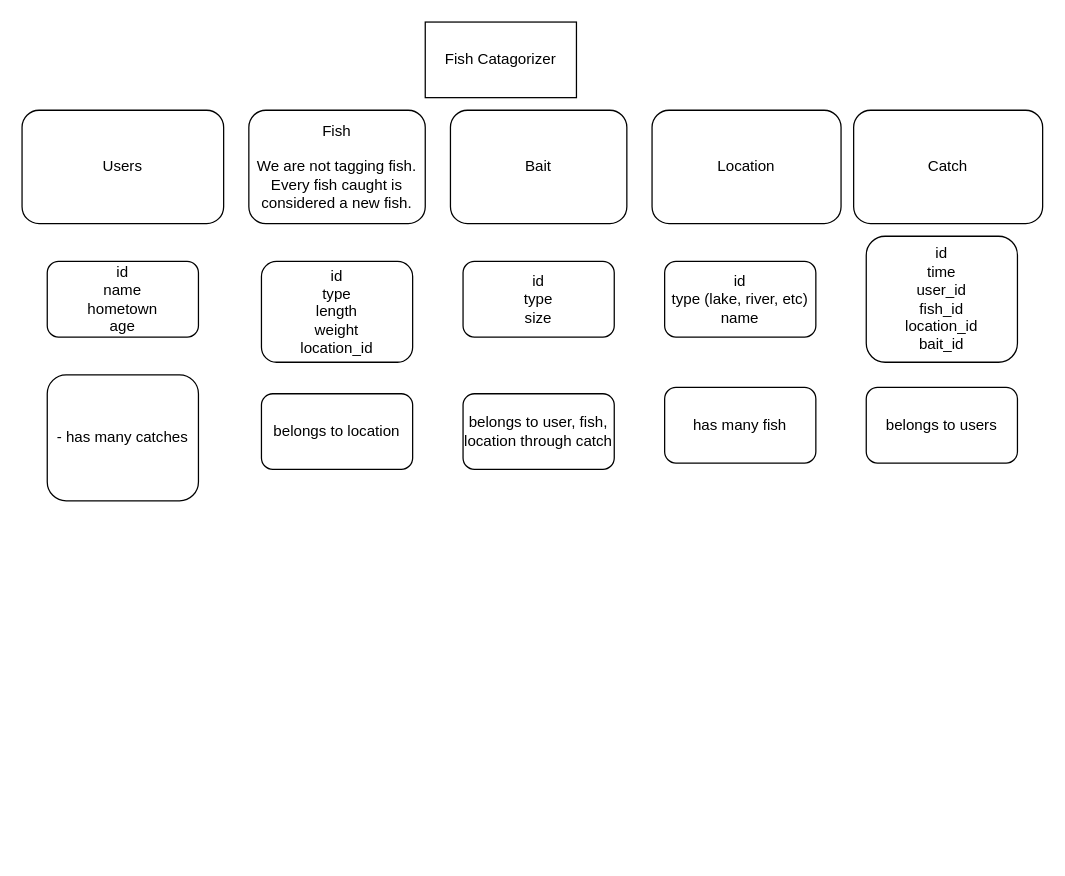
Before: FishCatalogProjectOutline.drawio in ChrisBaum89/Sinatra_Portfolio_Project, a draw.io diagram. Source tidied: cells renumbered, new cells numbered last; positions are measured from the earlier drawing's top-left corner, leaving out a move shared by most shapes. Both pictures are drawn from the tidied source at 126%, with x=0, y=0 at pixel (21, 21).
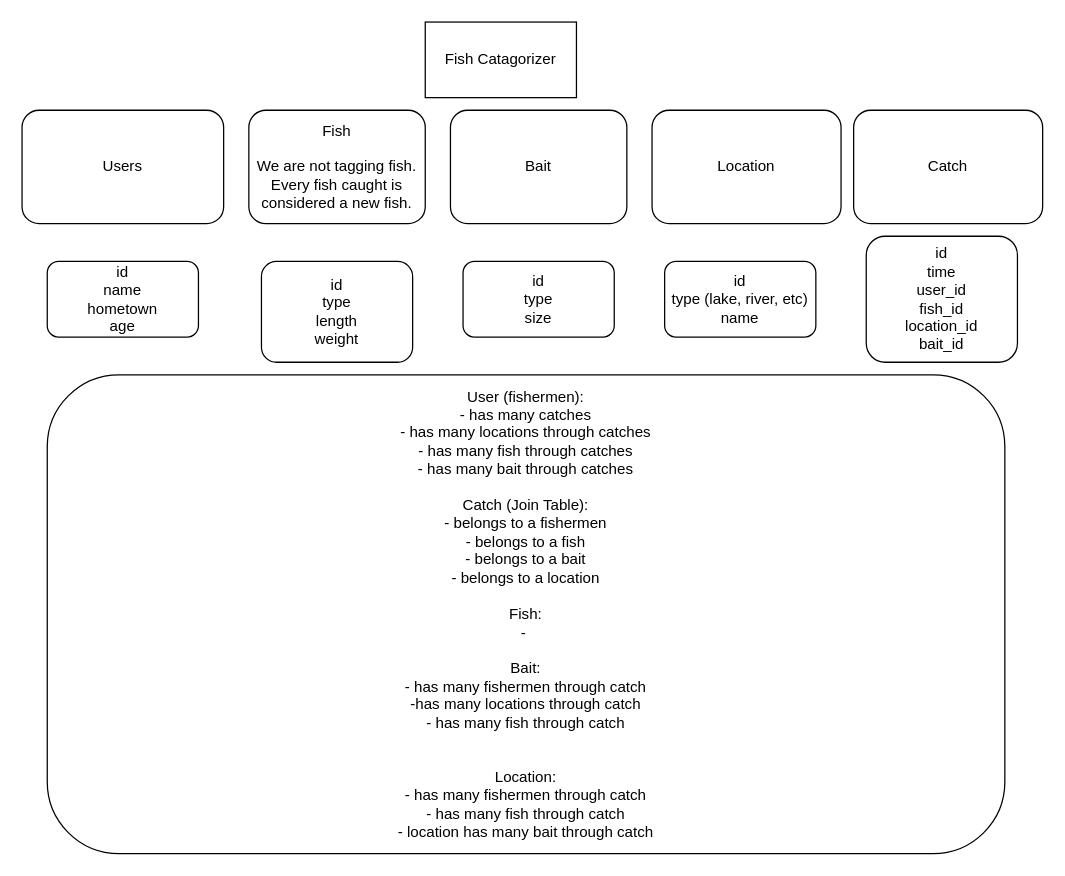
The same page after the edit.

Commit message (it also covers changes not shown here):
belongs to relationship for Catch join table

The edit, as a diff of the source:
```diff
@@
 <mxGraphModel>
   <root>
     <mxCell id="0" />
     <mxCell id="1" parent="0" />
     <mxCell id="2" value="Fish Catagorizer" style="rounded=0;whiteSpace=wrap;html=1;" parent="1" vertex="1">
       <mxGeometry x="320" width="120" height="60" as="geometry" />
     </mxCell>
     <mxCell id="3" value="Users" style="rounded=1;whiteSpace=wrap;html=1;" parent="1" vertex="1">
       <mxGeometry y="70" width="160" height="90" as="geometry" />
     </mxCell>
     <mxCell id="4" value="Fish&lt;br&gt;&lt;br&gt;We are not tagging fish. Every fish caught is considered a new fish." style="rounded=1;whiteSpace=wrap;html=1;" parent="1" vertex="1">
       <mxGeometry x="180" y="70" width="140" height="90" as="geometry" />
     </mxCell>
     <mxCell id="5" value="Location" style="rounded=1;whiteSpace=wrap;html=1;" parent="1" vertex="1">
       <mxGeometry x="500" y="70" width="150" height="90" as="geometry" />
     </mxCell>
     <mxCell id="6" value="Bait" style="rounded=1;whiteSpace=wrap;html=1;" parent="1" vertex="1">
       <mxGeometry x="340" y="70" width="140" height="90" as="geometry" />
     </mxCell>
     <mxCell id="7" value="id&lt;br&gt;name&lt;br&gt;hometown&lt;br&gt;age" style="rounded=1;whiteSpace=wrap;html=1;" parent="1" vertex="1">
       <mxGeometry x="20" y="190" width="120" height="60" as="geometry" />
     </mxCell>
-    <mxCell id="8" value="id&lt;br&gt;type&lt;br&gt;length&lt;br&gt;weight&lt;br&gt;location_id" style="rounded=1;whiteSpace=wrap;html=1;" parent="1" vertex="1">
+    <mxCell id="8" value="id&lt;br&gt;type&lt;br&gt;length&lt;br&gt;weight" style="rounded=1;whiteSpace=wrap;html=1;" parent="1" vertex="1">
       <mxGeometry x="190" y="190" width="120" height="80" as="geometry" />
     </mxCell>
     <mxCell id="9" value="id&lt;br&gt;type&lt;br&gt;size" style="rounded=1;whiteSpace=wrap;html=1;" parent="1" vertex="1">
       <mxGeometry x="350" y="190" width="120" height="60" as="geometry" />
     </mxCell>
     <mxCell id="10" value="id&lt;br&gt;type (lake, river, etc)&lt;br&gt;name" style="rounded=1;whiteSpace=wrap;html=1;" parent="1" vertex="1">
       <mxGeometry x="510" y="190" width="120" height="60" as="geometry" />
     </mxCell>
     <mxCell id="11" value="Catch" style="rounded=1;whiteSpace=wrap;html=1;" parent="1" vertex="1">
       <mxGeometry x="660" y="70" width="150" height="90" as="geometry" />
     </mxCell>
     <mxCell id="12" value="id&lt;br&gt;time&lt;br&gt;user_id&lt;br&gt;fish_id&lt;br&gt;location_id&lt;br&gt;bait_id" style="rounded=1;whiteSpace=wrap;html=1;" parent="1" vertex="1">
       <mxGeometry x="670" y="170" width="120" height="100" as="geometry" />
     </mxCell>
-    <mxCell id="13" value="- has many catches" style="rounded=1;whiteSpace=wrap;html=1;" parent="1" vertex="1">
-      <mxGeometry x="20" y="280" width="120" height="100" as="geometry" />
-    </mxCell>
-    <mxCell id="14" value="has many fish" style="rounded=1;whiteSpace=wrap;html=1;" parent="1" vertex="1">
-      <mxGeometry x="510" y="290" width="120" height="60" as="geometry" />
-    </mxCell>
-    <mxCell id="15" value="belongs to users" style="rounded=1;whiteSpace=wrap;html=1;" parent="1" vertex="1">
-      <mxGeometry x="670" y="290" width="120" height="60" as="geometry" />
-    </mxCell>
-    <mxCell id="16" value="belongs to location" style="rounded=1;whiteSpace=wrap;html=1;" parent="1" vertex="1">
-      <mxGeometry x="190" y="295" width="120" height="60" as="geometry" />
-    </mxCell>
-    <mxCell id="17" value="belongs to user, fish, location through catch" style="rounded=1;whiteSpace=wrap;html=1;" parent="1" vertex="1">
-      <mxGeometry x="350" y="295" width="120" height="60" as="geometry" />
-    </mxCell>
+    <mxCell id="18" value="User (fishermen):&lt;br&gt;- has many catches&lt;br&gt;- has many locations through catches&lt;br&gt;- has many fish through catches&lt;br&gt;- has many bait through catches&lt;br&gt;&lt;br&gt;Catch (Join Table):&lt;br&gt;- belongs to a fishermen&lt;br&gt;- belongs to a fish&lt;br&gt;- belongs to a bait&lt;br&gt;- belongs to a location&lt;br&gt;&lt;br&gt;Fish:&lt;br&gt;-&amp;nbsp;&lt;br&gt;&lt;br&gt;Bait:&lt;br&gt;- has many fishermen through catch&lt;br&gt;-has many locations through catch&lt;br&gt;- has many fish through catch&lt;br&gt;&lt;br&gt;&lt;br&gt;Location:&lt;br&gt;- has many fishermen through catch&lt;br&gt;- has many fish through catch&lt;br&gt;- location has many bait through catch&lt;br&gt;" style="rounded=1;whiteSpace=wrap;html=1;" parent="1" vertex="1">
+      <mxGeometry x="20" y="280" width="760" height="380" as="geometry" />
+    </mxCell>
   </root>
 </mxGraphModel>
```
